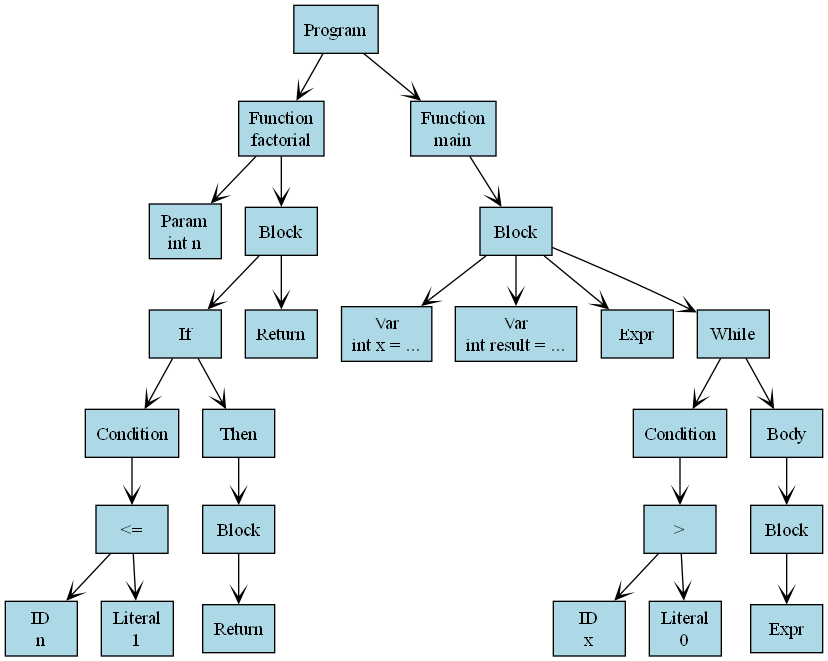
DashylikShik/compiler-project keeps this Graphviz diagram as ast.png. Above is the earlier version. Its source is kept beside it as ast.dot.
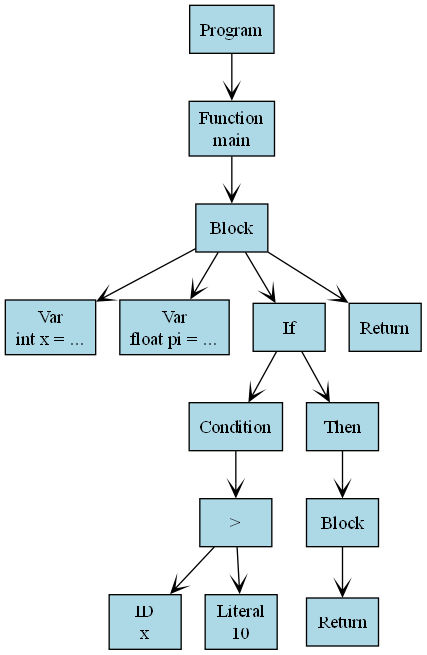
After the commit.

Change to the diagram source:
```diff
@@ -3,54 +3,30 @@
   node [shape=box, style=filled, fillcolor=lightblue];
   edge [arrowhead=vee];
   n1 [label="Program"];
-  n2 [label="Function\nfactorial"];
+  n2 [label="Function\nmain"];
   n1 -> n2;
-  n3 [label="Param\nint n"];
+  n3 [label="Block"];
   n2 -> n3;
-  n4 [label="Block"];
-  n2 -> n4;
-  n5 [label="If"];
-  n4 -> n5;
-  n6 [label="Condition"];
-  n5 -> n6;
-  n7 [label="<="];
+  n4 [label="Var\nint x = ..."];
+  n3 -> n4;
+  n5 [label="Var\nfloat pi = ..."];
+  n3 -> n5;
+  n6 [label="If"];
+  n3 -> n6;
+  n7 [label="Condition"];
   n6 -> n7;
-  n8 [label="ID\nn"];
+  n8 [label=">"];
   n7 -> n8;
-  n9 [label="Literal\n1"];
-  n7 -> n9;
-  n10 [label="Then"];
-  n5 -> n10;
-  n11 [label="Block"];
-  n10 -> n11;
-  n12 [label="Return"];
+  n9 [label="ID\nx"];
+  n8 -> n9;
+  n10 [label="Literal\n10"];
+  n8 -> n10;
+  n11 [label="Then"];
+  n6 -> n11;
+  n12 [label="Block"];
   n11 -> n12;
   n13 [label="Return"];
-  n4 -> n13;
-  n14 [label="Function\nmain"];
-  n1 -> n14;
-  n15 [label="Block"];
-  n14 -> n15;
-  n16 [label="Var\nint x = ..."];
-  n15 -> n16;
-  n17 [label="Var\nint result = ..."];
-  n15 -> n17;
-  n18 [label="Expr"];
-  n15 -> n18;
-  n19 [label="While"];
-  n15 -> n19;
-  n20 [label="Condition"];
-  n19 -> n20;
-  n21 [label=">"];
-  n20 -> n21;
-  n22 [label="ID\nx"];
-  n21 -> n22;
-  n23 [label="Literal\n0"];
-  n21 -> n23;
-  n24 [label="Body"];
-  n19 -> n24;
-  n25 [label="Block"];
-  n24 -> n25;
-  n26 [label="Expr"];
-  n25 -> n26;
+  n12 -> n13;
+  n14 [label="Return"];
+  n3 -> n14;
 }
```
